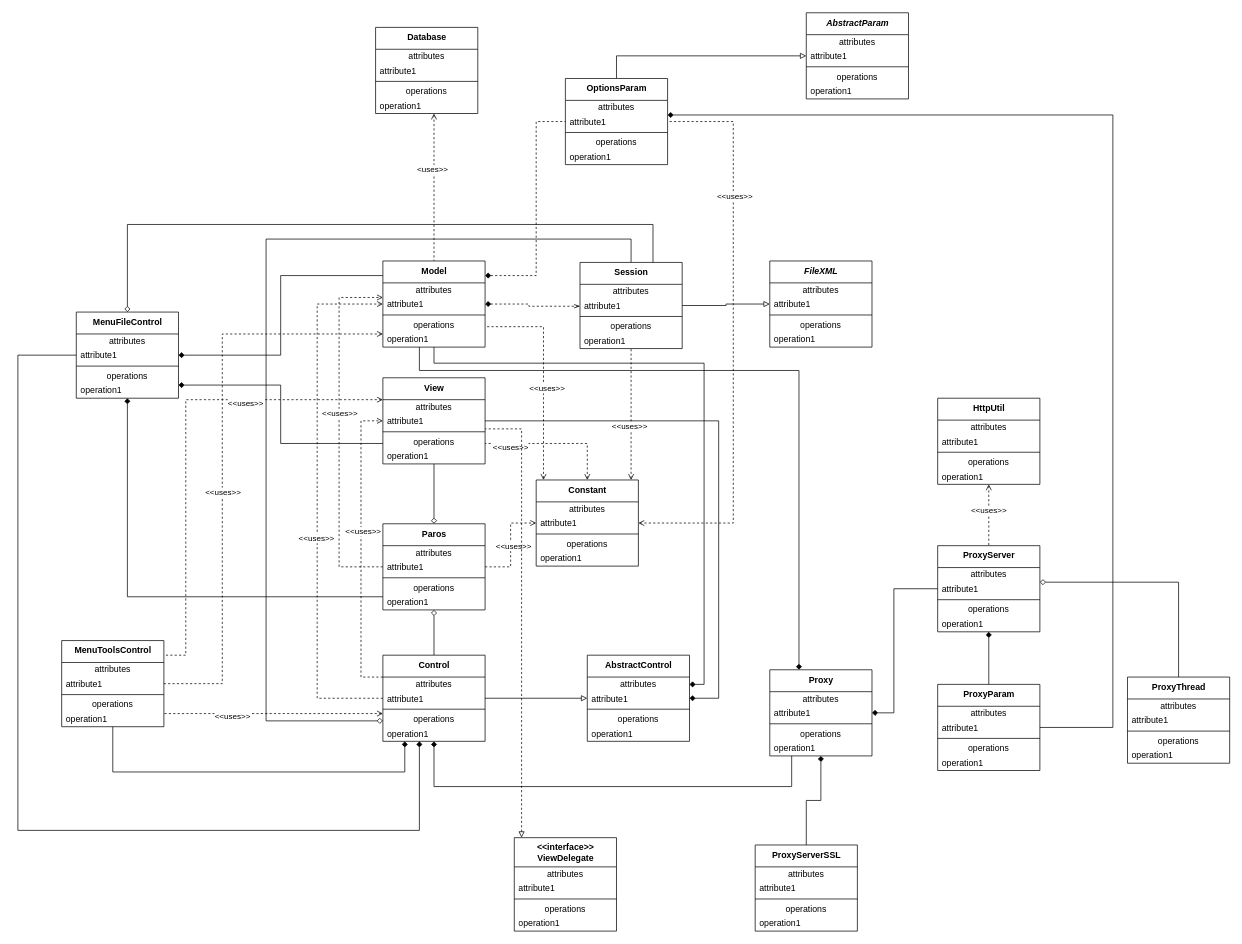
Above: lab_uml/Paros Class diagram.drawio in pholpaphankorn/softarch (draw.io), before the change. Source tidied: cells renumbered, new cells numbered last; positions are measured from the earlier drawing's top-left corner, leaving out a move shared by most shapes. Both pictures are drawn from the tidied source at 73%, with x=0, y=0 at pixel (18, 12).
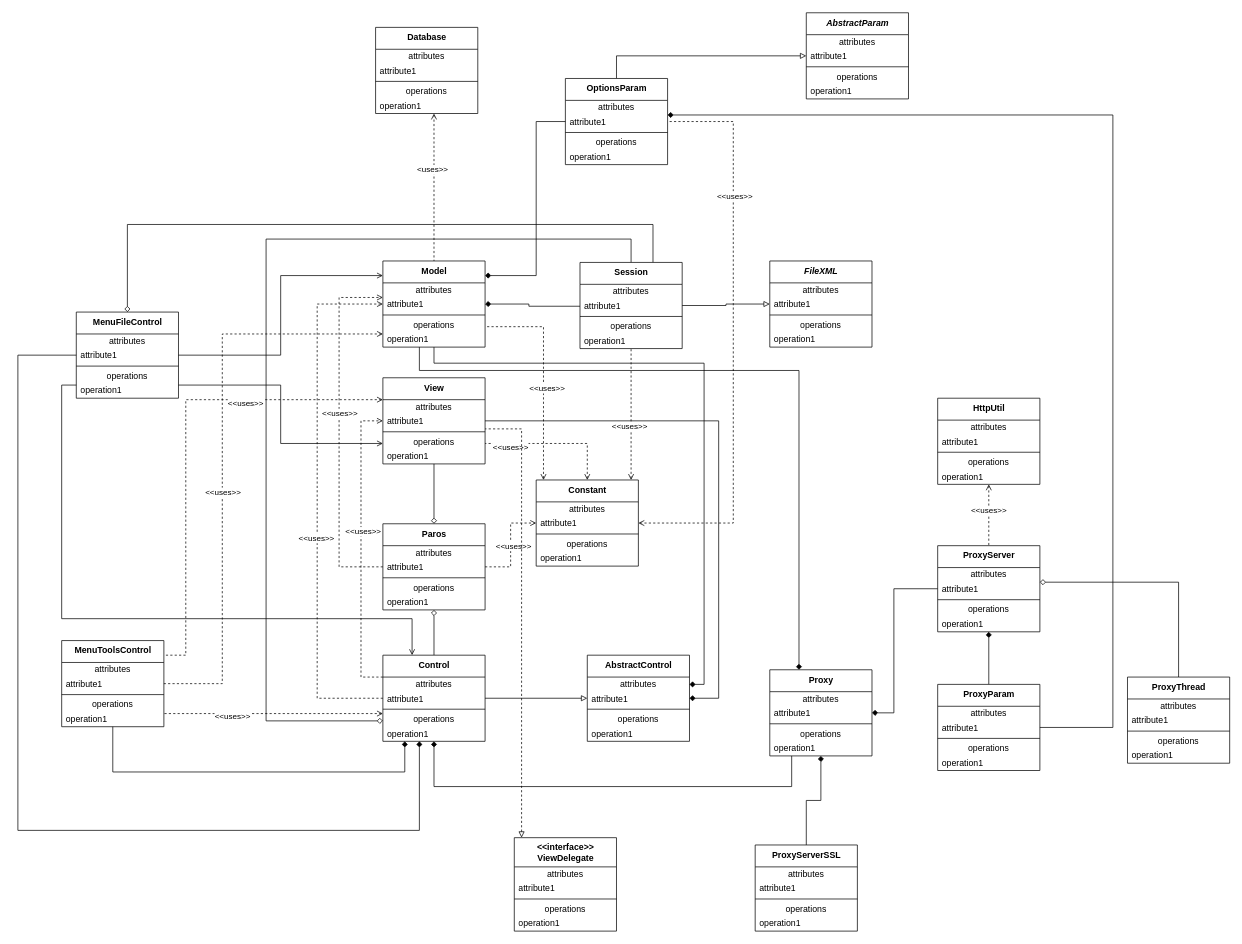
After the change.

The change refers to these unchanged cells:
```xml
<mxCell id="11" value="&lt;span style=&quot;font-weight: 700&quot;&gt;Model&lt;/span&gt;" style="swimlane;fontStyle=0;align=center;verticalAlign=top;horizontal=1;startSize=30;html=1;" parent="1" vertex="1">
  <mxGeometry x="500" y="340" width="140" height="118" as="geometry" />
</mxCell>
<mxCell id="24" value="attribute1" style="text;html=1;strokeColor=none;fillColor=none;align=left;verticalAlign=middle;spacingLeft=4;spacingRight=4;overflow=hidden;points=[[0,0.5],[1,0.5]];portConstraint=eastwest;" parent="22" vertex="1">
  <mxGeometry y="50" width="140" height="20" as="geometry" />
</mxCell>
<mxCell id="41" value="&lt;span style=&quot;font-weight: 700&quot;&gt;Paros&lt;/span&gt;" style="swimlane;fontStyle=0;align=center;verticalAlign=top;horizontal=1;startSize=30;html=1;" parent="1" vertex="1">
  <mxGeometry x="500" y="700" width="140" height="118" as="geometry" />
</mxCell>
<mxCell id="59" value="&lt;span style=&quot;font-weight: 700&quot;&gt;Control&lt;/span&gt;" style="swimlane;fontStyle=0;align=center;verticalAlign=top;horizontal=1;startSize=30;html=1;" parent="1" vertex="1">
  <mxGeometry x="500" y="880" width="140" height="118" as="geometry" />
</mxCell>
<mxCell id="81" value="&lt;span style=&quot;font-weight: 700&quot;&gt;MenuFileControl&lt;/span&gt;" style="swimlane;fontStyle=0;align=center;verticalAlign=top;horizontal=1;startSize=30;html=1;" parent="1" vertex="1">
  <mxGeometry x="80" y="410" width="140" height="118" as="geometry" />
</mxCell>
<mxCell id="138" value="&lt;span style=&quot;font-weight: 700&quot;&gt;OptionsParam&lt;/span&gt;" style="swimlane;fontStyle=0;align=center;verticalAlign=top;horizontal=1;startSize=30;html=1;" parent="1" vertex="1">
  <mxGeometry x="750" y="90" width="140" height="118" as="geometry" />
</mxCell>
<mxCell id="155" value="&lt;span style=&quot;font-weight: 700&quot;&gt;View&lt;/span&gt;" style="swimlane;fontStyle=0;align=center;verticalAlign=top;horizontal=1;startSize=30;html=1;" parent="1" vertex="1">
  <mxGeometry x="500" y="500" width="140" height="118" as="geometry" />
</mxCell>
```

Change to the diagram source:
```diff
@@
-    <mxCell id="2" style="edgeStyle=orthogonalEdgeStyle;rounded=0;jettySize=auto;html=1;entryX=0;entryY=0.5;entryDx=0;entryDy=0;endArrow=openThin;endFill=0;dashed=1;startArrow=diamond;startFill=1;" parent="1" edge="1" source="11" target="24">
+    <mxCell id="2" style="edgeStyle=orthogonalEdgeStyle;rounded=0;jettySize=auto;html=1;entryX=0;entryY=0.5;entryDx=0;entryDy=0;endArrow=none;endFill=0;startArrow=diamond;startFill=1;" parent="1" edge="1" source="11" target="24">
       <mxGeometry relative="1" as="geometry">
         <Array as="points">
           <mxPoint x="700" y="399" />
           <mxPoint x="700" y="402" />
         </Array>
       </mxGeometry>
     </mxCell>
@@
-    <mxCell id="5" style="edgeStyle=orthogonalEdgeStyle;rounded=0;jettySize=auto;html=1;startArrow=diamond;startFill=1;endArrow=none;endFill=0;" parent="1" edge="1" source="81" target="11">
+    <mxCell id="5" style="edgeStyle=orthogonalEdgeStyle;rounded=0;jettySize=auto;html=1;startArrow=open;startFill=0;endArrow=none;endFill=0;" parent="1" edge="1" source="11" target="81">
       <mxGeometry relative="1" as="geometry">
         <Array as="points">
+          <mxPoint x="360" y="360" />
           <mxPoint x="360" y="469" />
-          <mxPoint x="360" y="360" />
         </Array>
       </mxGeometry>
     </mxCell>
@@
-    <mxCell id="10" style="edgeStyle=orthogonalEdgeStyle;rounded=0;jettySize=auto;html=1;dashed=1;startArrow=diamond;startFill=1;endArrow=none;endFill=0;" parent="1" edge="1" source="11" target="138">
+    <mxCell id="10" style="edgeStyle=orthogonalEdgeStyle;rounded=0;jettySize=auto;html=1;startArrow=diamond;startFill=1;endArrow=none;endFill=0;" parent="1" edge="1" source="11" target="138">
       <mxGeometry relative="1" as="geometry">
         <Array as="points">
           <mxPoint x="710" y="360" />
           <mxPoint x="710" y="149" />
         </Array>
       </mxGeometry>
     </mxCell>
@@
-    <mxCell id="40" style="edgeStyle=orthogonalEdgeStyle;rounded=0;jettySize=auto;html=1;startArrow=diamond;startFill=1;endArrow=none;endFill=0;" parent="1" edge="1" source="81" target="41">
-      <mxGeometry relative="1" as="geometry">
-        <Array as="points">
-          <mxPoint x="150" y="800" />
-        </Array>
-      </mxGeometry>
-    </mxCell>
@@
+    <mxCell id="173" style="edgeStyle=orthogonalEdgeStyle;rounded=0;jettySize=auto;html=1;startArrow=open;startFill=0;endArrow=none;endFill=0;" parent="1" edge="1" source="59" target="81">
+      <mxGeometry relative="1" as="geometry">
+        <Array as="points">
+          <mxPoint x="540" y="830" />
+          <mxPoint x="60" y="830" />
+          <mxPoint x="60" y="510" />
+        </Array>
+      </mxGeometry>
+    </mxCell>
@@
-    <mxCell id="151" style="edgeStyle=orthogonalEdgeStyle;rounded=0;jettySize=auto;html=1;startArrow=diamond;startFill=1;endArrow=none;endFill=0;" parent="1" edge="1" source="81" target="155">
+    <mxCell id="151" style="edgeStyle=orthogonalEdgeStyle;rounded=0;jettySize=auto;html=1;startArrow=open;startFill=0;endArrow=none;endFill=0;" parent="1" edge="1" source="155" target="81">
       <mxGeometry relative="1" as="geometry">
         <Array as="points">
+          <mxPoint x="360" y="590" />
           <mxPoint x="360" y="510" />
-          <mxPoint x="360" y="590" />
         </Array>
       </mxGeometry>
     </mxCell>
```
